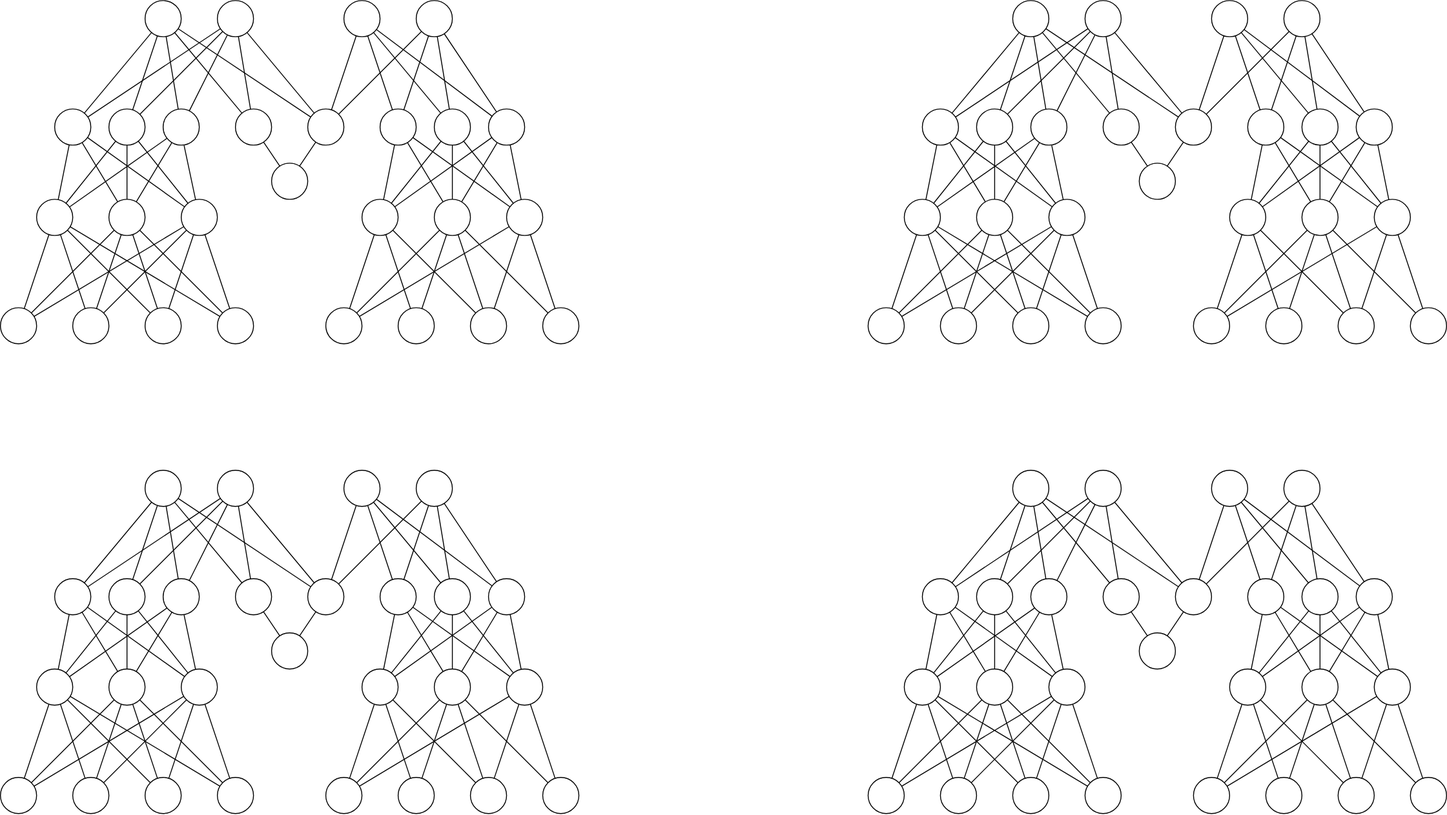
Before: MiKee.svg, a diagram exported from draw.io (mikee-AI/Udacity). Source tidied: cells renumbered, new cells last; positions are measured from the earlier drawing's top-left corner, leaving out a move shared by most shapes.
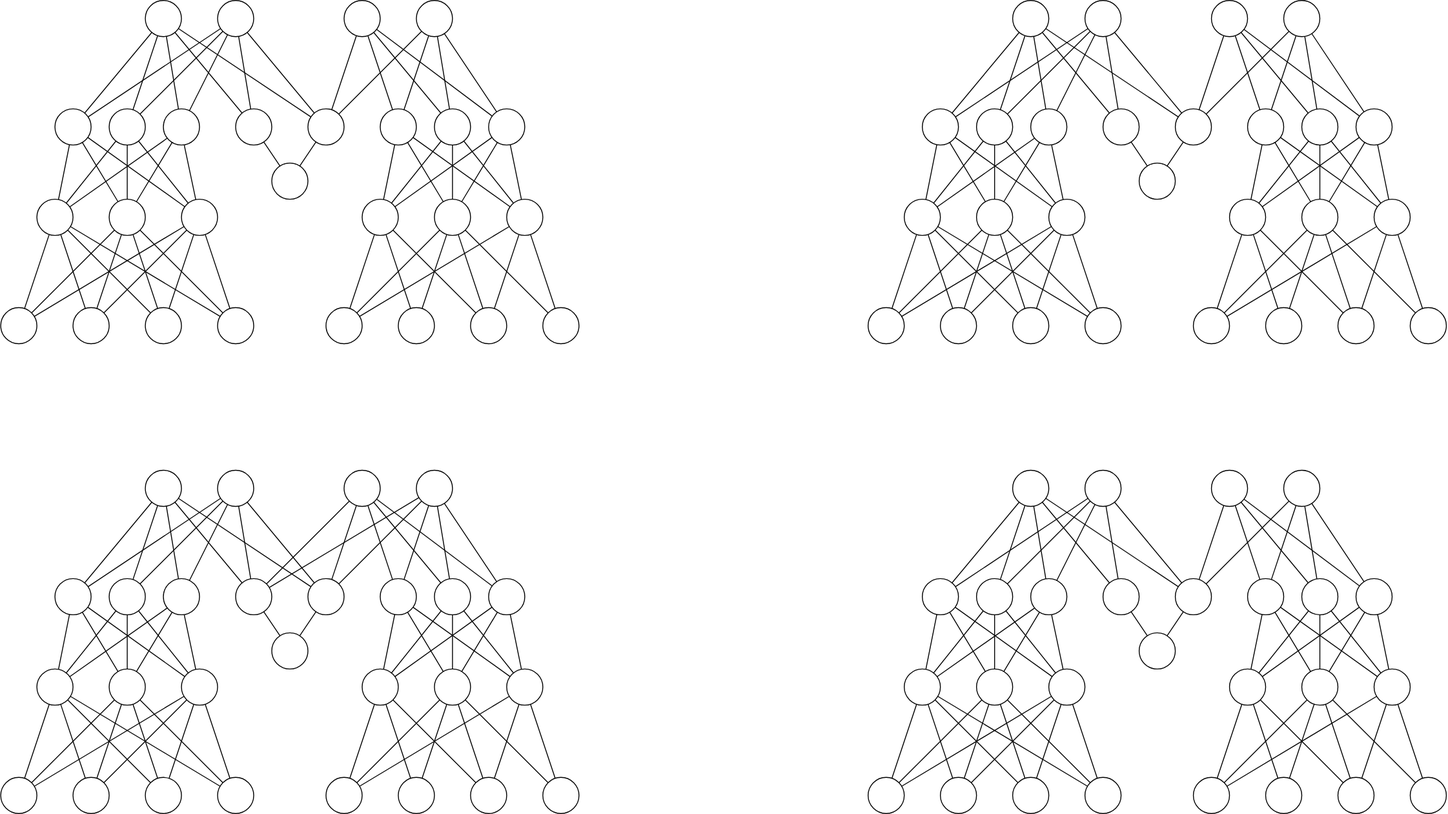
After the change.

What changed in the source:
```diff
@@ -1046,5 +1046,11 @@
     <mxCell id="349" style="endArrow=none;html=1;" parent="1" edge="1" source="347" target="302">
       <mxGeometry relative="1" as="geometry" />
     </mxCell>
+    <mxCell id="350" style="endArrow=none;html=1;" parent="1" edge="1" source="41" target="48">
+      <mxGeometry relative="1" as="geometry" />
+    </mxCell>
+    <mxCell id="351" style="endArrow=none;html=1;" parent="1" edge="1" source="41" target="47">
+      <mxGeometry relative="1" as="geometry" />
+    </mxCell>
   </root>
 </mxGraphModel>
```
